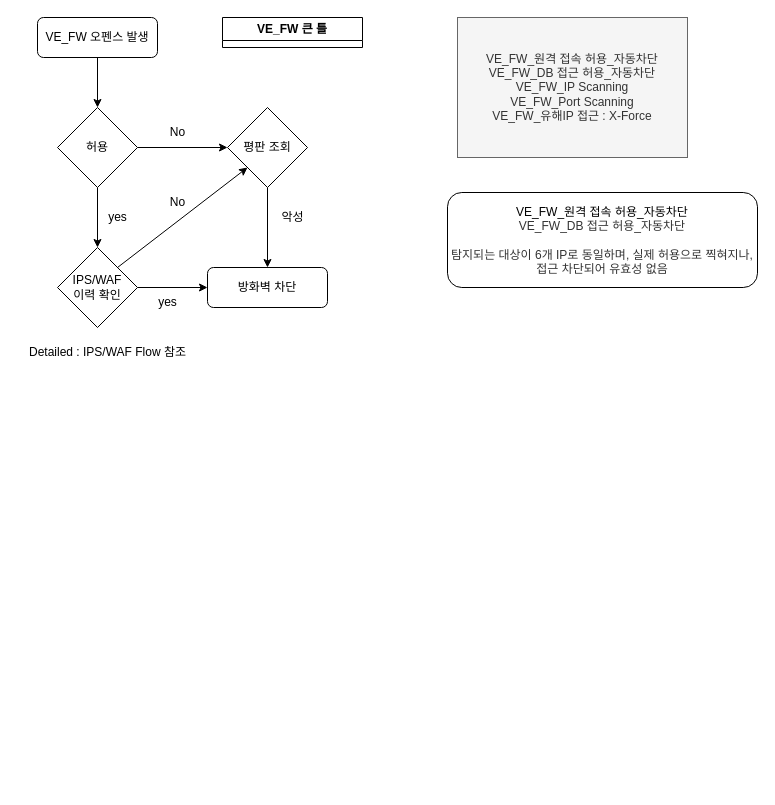
The draw.io diagram Test.drawio in mangjong/Working, before the edit. Source tidied: cells renumbered, new cells numbered last; positions are measured from the earlier drawing's top-left corner, leaving out a move shared by most shapes. Both pictures are drawn from the tidied source at 100%, with x=0, y=0 at pixel (17, 17).
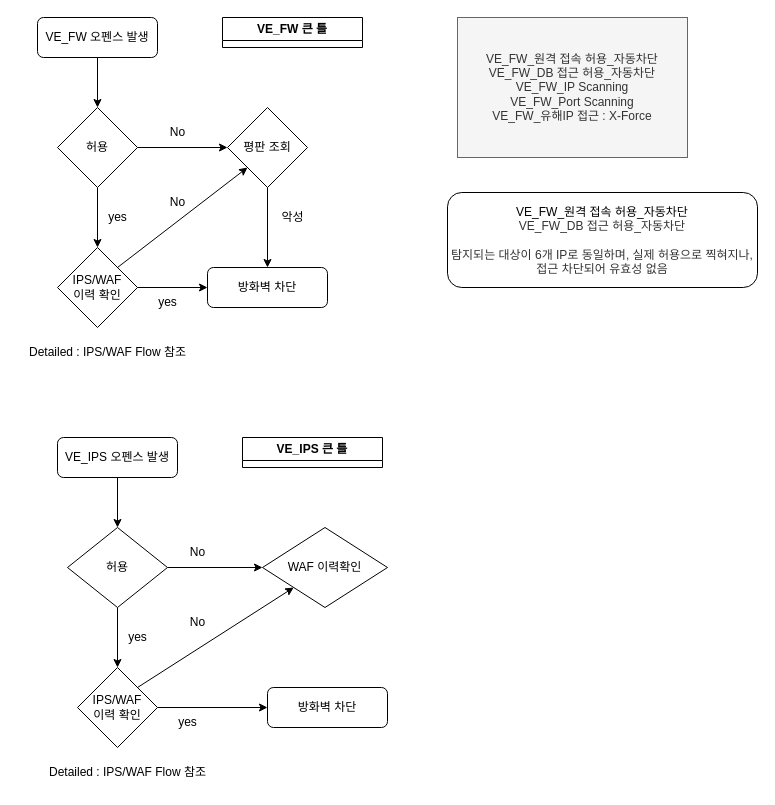
After the change.

Change to the diagram source:
```diff
@@
+    <mxCell id="22" style="edgeStyle=orthogonalEdgeStyle;rounded=0;jettySize=auto;html=1;exitX=0.5;exitY=1;exitDx=0;exitDy=0;entryX=0.5;entryY=0;entryDx=0;entryDy=0;" parent="1" edge="1" source="23" target="26">
+      <mxGeometry relative="1" as="geometry" />
+    </mxCell>
+    <mxCell id="23" value="VE_IPS 오펜스 발생" style="rounded=1;whiteSpace=wrap;html=1;" parent="1" vertex="1">
+      <mxGeometry x="40" y="420" width="120" height="40" as="geometry" />
+    </mxCell>
+    <mxCell id="24" style="edgeStyle=orthogonalEdgeStyle;rounded=0;jettySize=auto;html=1;exitX=0.5;exitY=1;exitDx=0;exitDy=0;entryX=0.5;entryY=0;entryDx=0;entryDy=0;" parent="1" edge="1" source="26" target="28">
+      <mxGeometry relative="1" as="geometry" />
+    </mxCell>
+    <mxCell id="25" style="edgeStyle=orthogonalEdgeStyle;rounded=0;jettySize=auto;html=1;exitX=1;exitY=0.5;exitDx=0;exitDy=0;entryX=0;entryY=0.5;entryDx=0;entryDy=0;" parent="1" edge="1" source="26" target="31">
+      <mxGeometry relative="1" as="geometry" />
+    </mxCell>
+    <mxCell id="26" value="허용" style="rhombus;whiteSpace=wrap;html=1;" parent="1" vertex="1">
+      <mxGeometry x="50" y="510" width="100" height="80" as="geometry" />
+    </mxCell>
+    <mxCell id="27" style="edgeStyle=orthogonalEdgeStyle;rounded=0;jettySize=auto;html=1;exitX=1;exitY=0.5;exitDx=0;exitDy=0;entryX=0;entryY=0.5;entryDx=0;entryDy=0;" parent="1" edge="1" source="28" target="32">
+      <mxGeometry relative="1" as="geometry" />
+    </mxCell>
+    <mxCell id="28" value="IPS/WAF&lt;br&gt;이력 확인" style="rhombus;whiteSpace=wrap;html=1;" parent="1" vertex="1">
+      <mxGeometry x="60" y="650" width="80" height="80" as="geometry" />
+    </mxCell>
+    <mxCell id="29" value="yes" style="text;html=1;align=center;verticalAlign=middle;strokeColor=none;fillColor=none;" parent="1" vertex="1">
+      <mxGeometry x="100" y="605" width="40" height="30" as="geometry" />
+    </mxCell>
+    <mxCell id="30" value="No" style="text;html=1;align=center;verticalAlign=middle;strokeColor=none;fillColor=none;" parent="1" vertex="1">
+      <mxGeometry x="160" y="520" width="40" height="30" as="geometry" />
+    </mxCell>
+    <mxCell id="31" value="WAF 이력확인" style="rhombus;whiteSpace=wrap;html=1;" parent="1" vertex="1">
+      <mxGeometry x="245" y="510" width="125" height="80" as="geometry" />
+    </mxCell>
+    <mxCell id="32" value="방화벽 차단" style="rounded=1;whiteSpace=wrap;html=1;fontSize=12;glass=0;strokeWidth=1;shadow=0;" parent="1" vertex="1">
+      <mxGeometry x="250" y="670" width="120" height="40" as="geometry" />
+    </mxCell>
+    <mxCell id="33" value="yes" style="text;html=1;align=center;verticalAlign=middle;strokeColor=none;fillColor=none;" parent="1" vertex="1">
+      <mxGeometry x="150" y="690" width="40" height="30" as="geometry" />
+    </mxCell>
+    <mxCell id="34" style="rounded=0;jettySize=auto;html=1;exitX=1;exitY=0;exitDx=0;exitDy=0;entryX=0;entryY=1;entryDx=0;entryDy=0;" parent="1" edge="1" source="28" target="31">
+      <mxGeometry relative="1" as="geometry" />
+    </mxCell>
+    <mxCell id="35" value="No" style="text;html=1;align=center;verticalAlign=middle;strokeColor=none;fillColor=none;" parent="1" vertex="1">
+      <mxGeometry x="160" y="590" width="40" height="30" as="geometry" />
+    </mxCell>
+    <mxCell id="36" value="Detailed : IPS/WAF Flow 참조" style="text;html=1;align=center;verticalAlign=middle;strokeColor=none;fillColor=none;" parent="1" vertex="1">
+      <mxGeometry x="20" y="740" width="180" height="30" as="geometry" />
+    </mxCell>
+    <mxCell id="37" value="VE_IPS 큰 틀" style="swimlane;whiteSpace=wrap;html=1;startSize=23;" parent="1" vertex="1" collapsed="1">
+      <mxGeometry x="225" y="420" width="140" height="30" as="geometry" />
+    </mxCell>
```
